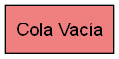
julioalvarado202307764/IPC2_Practica2_202307764 keeps this Graphviz diagram as cola_turnos.png. Above is the earlier version. Its source is kept beside it as cola_turnos.dot.
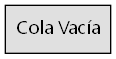
Later version of the same file.

Diff of the diagram source:
```diff
@@ -1,5 +1,5 @@
 digraph G {
   rankdir=LR;
-  node [shape=record, style=filled, fillcolor=lightblue, fontname="Arial"];
-  Vacia [label="Cola Vacía", shape=box, fillcolor=lightcoral];
+  node [shape=record, style=filled, fontname="Segoe UI"];
+  Vacia [label="Cola Vacía", shape=box, fillcolor="#e0e0e0"];
 }
```
